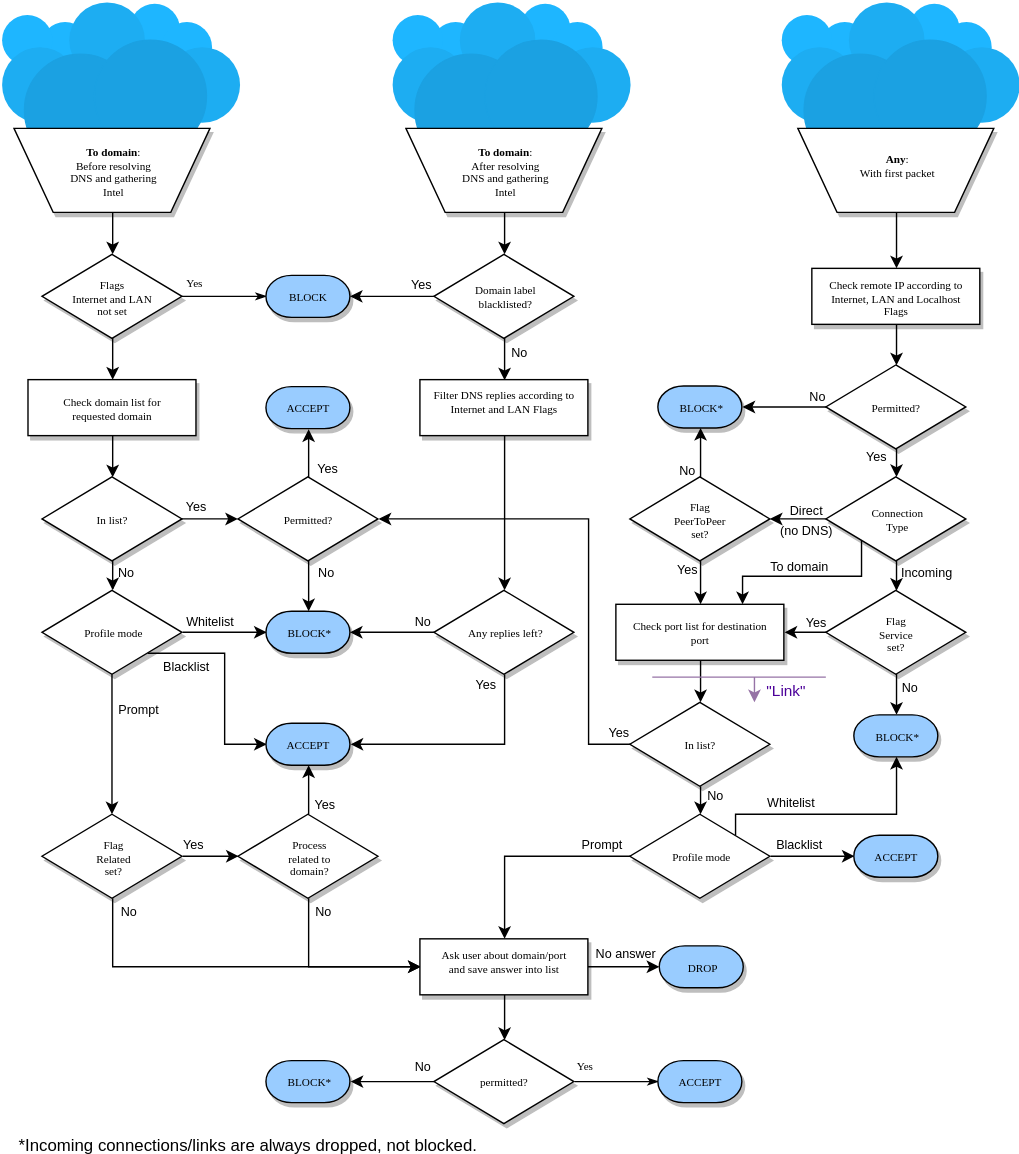
Above: assets/diagrams/portmaster_firewall_decision_flow_cropped.svg in safing/docs (draw.io), before the change. Source tidied: cells renumbered, new cells last; positions are measured from the earlier drawing's top-left corner, leaving out a move shared by most shapes.
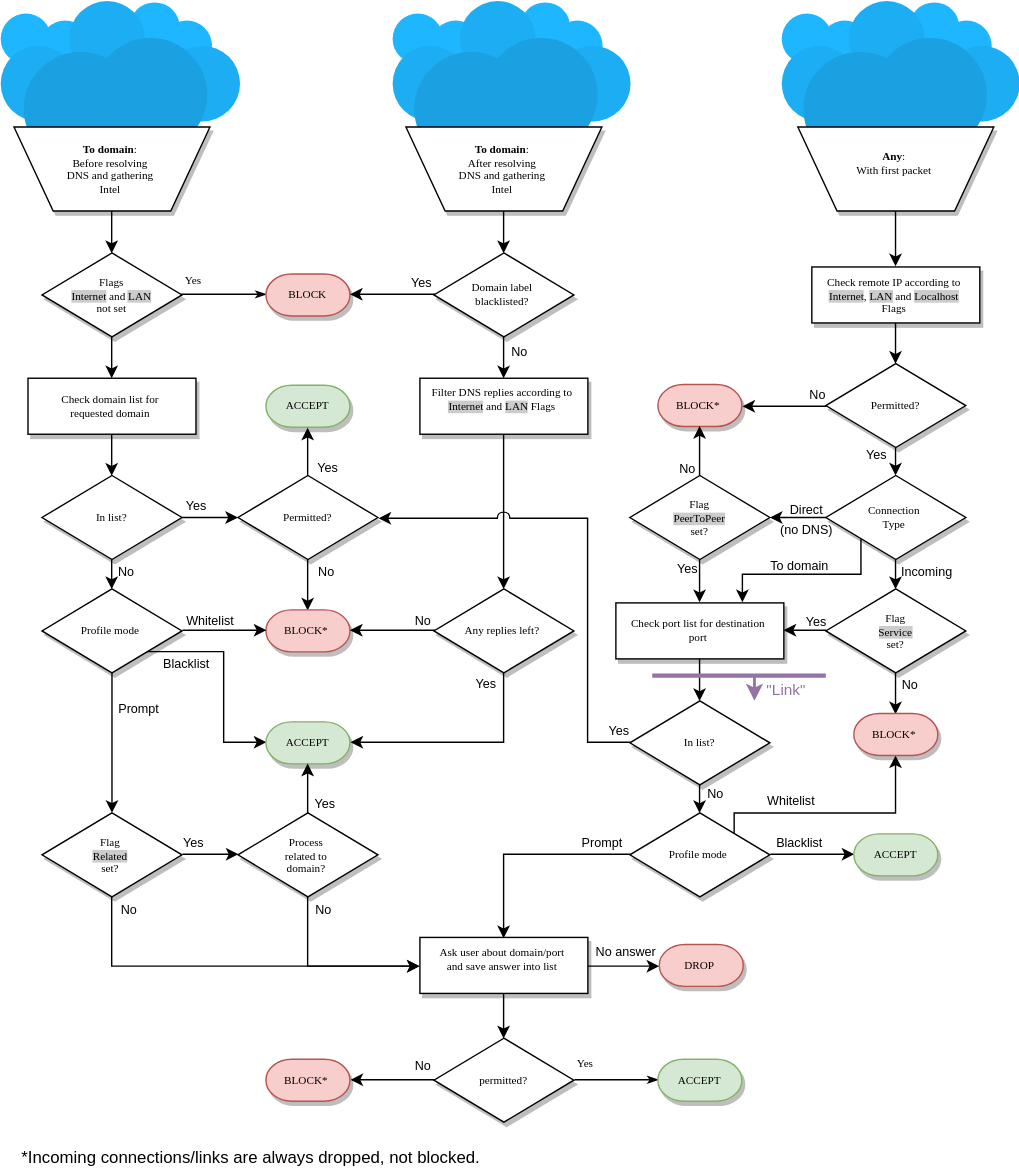
The same file after the commit.

Commit message:
Update Flowchart - more colors to improve readabillity - no text changes

The edit, as a diff of the source:
```diff
@@ -91,3 +91,3 @@
     </mxCell>
-    <mxCell id="31" value="Flags&lt;br&gt;Internet and LAN&lt;br&gt;not set&lt;br&gt;" style="rhombus;whiteSpace=wrap;html=1;rounded=0;shadow=1;labelBackgroundColor=none;strokeColor=#000000;strokeWidth=1;fillColor=#ffffff;fontFamily=Verdana;fontSize=8;fontColor=#000000;align=center;" parent="1" vertex="1">
+    <mxCell id="31" value="Flags&lt;br&gt;&lt;span style=&quot;background-color: rgb(204 , 204 , 204)&quot;&gt;Internet&lt;/span&gt; and &lt;span style=&quot;background-color: rgb(204 , 204 , 204)&quot;&gt;LAN&lt;/span&gt;&lt;br&gt;not set&lt;br&gt;" style="rhombus;whiteSpace=wrap;html=1;rounded=0;shadow=1;labelBackgroundColor=none;strokeColor=#000000;strokeWidth=1;fillColor=#ffffff;fontFamily=Verdana;fontSize=8;fontColor=#000000;align=center;" parent="1" vertex="1">
       <mxGeometry x="29.5" y="180" width="100" height="60" as="geometry" />
@@ -97,3 +97,3 @@
     </mxCell>
-    <mxCell id="33" value="BLOCK&lt;br&gt;" style="strokeWidth=1;html=1;shape=mxgraph.flowchart.terminator;whiteSpace=wrap;rounded=0;shadow=1;labelBackgroundColor=none;fillColor=#99CCFF;fontFamily=Verdana;fontSize=8;fontColor=#000000;align=center;" parent="1" vertex="1">
+    <mxCell id="33" value="BLOCK&lt;br&gt;" style="strokeWidth=1;html=1;shape=mxgraph.flowchart.terminator;whiteSpace=wrap;rounded=0;shadow=1;labelBackgroundColor=none;fillColor=#f8cecc;fontFamily=Verdana;fontSize=8;align=center;strokeColor=#b85450;" parent="1" vertex="1">
       <mxGeometry x="189.5" y="195" width="60" height="30" as="geometry" />
@@ -124,3 +124,3 @@
     </mxCell>
-    <mxCell id="42" value="BLOCK*&lt;br&gt;" style="strokeWidth=1;html=1;shape=mxgraph.flowchart.terminator;whiteSpace=wrap;rounded=0;shadow=1;labelBackgroundColor=none;fillColor=#99CCFF;fontFamily=Verdana;fontSize=8;fontColor=#000000;align=center;" parent="1" vertex="1">
+    <mxCell id="42" value="BLOCK*&lt;br&gt;" style="strokeWidth=1;html=1;shape=mxgraph.flowchart.terminator;whiteSpace=wrap;rounded=0;shadow=1;labelBackgroundColor=none;fillColor=#f8cecc;fontFamily=Verdana;fontSize=8;align=center;strokeColor=#b85450;" parent="1" vertex="1">
       <mxGeometry x="189.5" y="435" width="60" height="30" as="geometry" />
@@ -154,3 +154,3 @@
     </mxCell>
-    <mxCell id="52" value="Flag&lt;br&gt;Related&lt;br&gt;set?&lt;br&gt;" style="rhombus;whiteSpace=wrap;html=1;rounded=0;shadow=1;labelBackgroundColor=none;strokeColor=#000000;strokeWidth=1;fillColor=#ffffff;fontFamily=Verdana;fontSize=8;fontColor=#000000;align=center;" parent="1" vertex="1">
+    <mxCell id="52" value="Flag&lt;br&gt;&lt;span style=&quot;background-color: rgb(204 , 204 , 204)&quot;&gt;Related&lt;/span&gt;&lt;br&gt;set?&lt;br&gt;" style="rhombus;whiteSpace=wrap;html=1;rounded=0;shadow=1;labelBackgroundColor=none;strokeColor=#000000;strokeWidth=1;fillColor=#ffffff;fontFamily=Verdana;fontSize=8;fontColor=#000000;align=center;" parent="1" vertex="1">
       <mxGeometry x="29.5" y="580" width="100" height="60" as="geometry" />
@@ -163,3 +163,3 @@
     </mxCell>
-    <mxCell id="55" value="ACCEPT" style="strokeWidth=1;html=1;shape=mxgraph.flowchart.terminator;whiteSpace=wrap;rounded=0;shadow=1;labelBackgroundColor=none;fillColor=#99CCFF;fontFamily=Verdana;fontSize=8;fontColor=#000000;align=center;" parent="1" vertex="1">
+    <mxCell id="55" value="ACCEPT" style="strokeWidth=1;html=1;shape=mxgraph.flowchart.terminator;whiteSpace=wrap;rounded=0;shadow=1;labelBackgroundColor=none;fillColor=#d5e8d4;fontFamily=Verdana;fontSize=8;align=center;strokeColor=#82b366;" parent="1" vertex="1">
       <mxGeometry x="189.5" y="274.5" width="60" height="30" as="geometry" />
@@ -169,3 +169,3 @@
     </mxCell>
-    <mxCell id="57" value="ACCEPT&lt;br&gt;" style="strokeWidth=1;html=1;shape=mxgraph.flowchart.terminator;whiteSpace=wrap;rounded=0;shadow=1;labelBackgroundColor=none;fillColor=#99CCFF;fontFamily=Verdana;fontSize=8;fontColor=#000000;align=center;" parent="1" vertex="1">
+    <mxCell id="57" value="ACCEPT&lt;br&gt;" style="strokeWidth=1;html=1;shape=mxgraph.flowchart.terminator;whiteSpace=wrap;rounded=0;shadow=1;labelBackgroundColor=none;fillColor=#d5e8d4;fontFamily=Verdana;fontSize=8;align=center;strokeColor=#82b366;" parent="1" vertex="1">
       <mxGeometry x="189.5" y="515" width="60" height="30" as="geometry" />
@@ -199,6 +199,6 @@
     </mxCell>
-    <mxCell id="67" value="ACCEPT&lt;br&gt;" style="strokeWidth=1;html=1;shape=mxgraph.flowchart.terminator;whiteSpace=wrap;rounded=0;shadow=1;labelBackgroundColor=none;fillColor=#99CCFF;fontFamily=Verdana;fontSize=8;fontColor=#000000;align=center;" parent="1" vertex="1">
+    <mxCell id="67" value="ACCEPT&lt;br&gt;" style="strokeWidth=1;html=1;shape=mxgraph.flowchart.terminator;whiteSpace=wrap;rounded=0;shadow=1;labelBackgroundColor=none;fillColor=#d5e8d4;fontFamily=Verdana;fontSize=8;align=center;strokeColor=#82b366;" parent="1" vertex="1">
       <mxGeometry x="469.5" y="756" width="60" height="30" as="geometry" />
     </mxCell>
-    <mxCell id="68" value="BLOCK*&lt;br&gt;" style="strokeWidth=1;html=1;shape=mxgraph.flowchart.terminator;whiteSpace=wrap;rounded=0;shadow=1;labelBackgroundColor=none;fillColor=#99CCFF;fontFamily=Verdana;fontSize=8;fontColor=#000000;align=center;" parent="1" vertex="1">
+    <mxCell id="68" value="BLOCK*&lt;br&gt;" style="strokeWidth=1;html=1;shape=mxgraph.flowchart.terminator;whiteSpace=wrap;rounded=0;shadow=1;labelBackgroundColor=none;fillColor=#f8cecc;fontFamily=Verdana;fontSize=8;align=center;strokeColor=#b85450;" parent="1" vertex="1">
       <mxGeometry x="189.5" y="756" width="60" height="30" as="geometry" />
@@ -208,3 +208,3 @@
     </mxCell>
-    <mxCell id="70" value="DROP&lt;br&gt;" style="strokeWidth=1;html=1;shape=mxgraph.flowchart.terminator;whiteSpace=wrap;rounded=0;shadow=1;labelBackgroundColor=none;fillColor=#99CCFF;fontFamily=Verdana;fontSize=8;fontColor=#000000;align=center;" parent="1" vertex="1">
+    <mxCell id="70" value="DROP&lt;br&gt;" style="strokeWidth=1;html=1;shape=mxgraph.flowchart.terminator;whiteSpace=wrap;rounded=0;shadow=1;labelBackgroundColor=none;fillColor=#f8cecc;fontFamily=Verdana;fontSize=8;align=center;strokeColor=#b85450;" parent="1" vertex="1">
       <mxGeometry x="470.5" y="674" width="60" height="30" as="geometry" />
@@ -235,3 +235,3 @@
     </mxCell>
-    <mxCell id="79" value="BLOCK*&lt;br&gt;" style="strokeWidth=1;html=1;shape=mxgraph.flowchart.terminator;whiteSpace=wrap;rounded=0;shadow=1;labelBackgroundColor=none;fillColor=#99CCFF;fontFamily=Verdana;fontSize=8;fontColor=#000000;align=center;" parent="1" vertex="1">
+    <mxCell id="79" value="BLOCK*&lt;br&gt;" style="strokeWidth=1;html=1;shape=mxgraph.flowchart.terminator;whiteSpace=wrap;rounded=0;shadow=1;labelBackgroundColor=none;fillColor=#f8cecc;fontFamily=Verdana;fontSize=8;align=center;strokeColor=#b85450;" parent="1" vertex="1">
       <mxGeometry x="469.5" y="274" width="60" height="30" as="geometry" />
@@ -264,3 +264,3 @@
     </mxCell>
-    <mxCell id="87" value="Filter DNS replies according to Internet and&amp;nbsp;LAN Flags" style="whiteSpace=wrap;html=1;rounded=0;shadow=1;labelBackgroundColor=none;strokeColor=#000000;strokeWidth=1;fillColor=#ffffff;fontFamily=Verdana;fontSize=8;fontColor=#000000;align=center;spacing=6;" parent="1" vertex="1">
+    <mxCell id="87" value="Filter DNS replies according to &lt;span style=&quot;background-color: rgb(204 , 204 , 204)&quot;&gt;Internet&lt;/span&gt; and&amp;nbsp;&lt;span style=&quot;background-color: rgb(204 , 204 , 204)&quot;&gt;LAN&lt;/span&gt; Flags" style="whiteSpace=wrap;html=1;rounded=0;shadow=1;labelBackgroundColor=none;strokeColor=#000000;strokeWidth=1;fillColor=#ffffff;fontFamily=Verdana;fontSize=8;fontColor=#000000;align=center;spacing=6;" parent="1" vertex="1">
       <mxGeometry x="299.5" y="269.5" width="120" height="40" as="geometry" />
@@ -285,3 +285,3 @@
     </mxCell>
-    <mxCell id="94" value="Check remote IP according to Internet, LAN and Localhost Flags" style="whiteSpace=wrap;html=1;rounded=0;shadow=1;labelBackgroundColor=none;strokeColor=#000000;strokeWidth=1;fillColor=#ffffff;fontFamily=Verdana;fontSize=8;fontColor=#000000;align=center;spacing=6;" parent="1" vertex="1">
+    <mxCell id="94" value="Check remote IP according to &lt;span style=&quot;background-color: rgb(204 , 204 , 204)&quot;&gt;Internet&lt;/span&gt;, &lt;span style=&quot;background-color: rgb(204 , 204 , 204)&quot;&gt;LAN&lt;/span&gt; and &lt;span style=&quot;background-color: rgb(204 , 204 , 204)&quot;&gt;Localhost&lt;/span&gt; Flags" style="whiteSpace=wrap;html=1;rounded=0;shadow=1;labelBackgroundColor=none;strokeColor=#000000;strokeWidth=1;fillColor=#ffffff;fontFamily=Verdana;fontSize=8;fontColor=#000000;align=center;spacing=6;" parent="1" vertex="1">
       <mxGeometry x="579.5" y="190" width="120" height="40" as="geometry" />
@@ -329,3 +329,3 @@
     </mxCell>
-    <mxCell id="107" value="Flag&lt;br&gt;PeerToPeer&lt;br&gt;set?&lt;br&gt;" style="rhombus;whiteSpace=wrap;html=1;rounded=0;shadow=1;labelBackgroundColor=none;strokeColor=#000000;strokeWidth=1;fillColor=#ffffff;fontFamily=Verdana;fontSize=8;fontColor=#000000;align=center;" parent="1" vertex="1">
+    <mxCell id="107" value="Flag&lt;br&gt;&lt;span style=&quot;background-color: rgb(204 , 204 , 204)&quot;&gt;PeerToPeer&lt;/span&gt;&lt;br&gt;set?&lt;br&gt;" style="rhombus;whiteSpace=wrap;html=1;rounded=0;shadow=1;labelBackgroundColor=none;strokeColor=#000000;strokeWidth=1;fillColor=#ffffff;fontFamily=Verdana;fontSize=8;fontColor=#000000;align=center;" parent="1" vertex="1">
       <mxGeometry x="449.5" y="339" width="100" height="60" as="geometry" />
@@ -338,6 +338,6 @@
     </mxCell>
-    <mxCell id="110" value="Flag&lt;br&gt;Service&lt;br&gt;set?&lt;br&gt;" style="rhombus;whiteSpace=wrap;html=1;rounded=0;shadow=1;labelBackgroundColor=none;strokeColor=#000000;strokeWidth=1;fillColor=#ffffff;fontFamily=Verdana;fontSize=8;fontColor=#000000;align=center;" parent="1" vertex="1">
+    <mxCell id="110" value="Flag&lt;br&gt;&lt;span style=&quot;background-color: rgb(204 , 204 , 204)&quot;&gt;Service&lt;/span&gt;&lt;br&gt;set?&lt;br&gt;" style="rhombus;whiteSpace=wrap;html=1;rounded=0;shadow=1;labelBackgroundColor=none;strokeColor=#000000;strokeWidth=1;fillColor=#ffffff;fontFamily=Verdana;fontSize=8;fontColor=#000000;align=center;" parent="1" vertex="1">
       <mxGeometry x="589.5" y="420" width="100" height="60" as="geometry" />
     </mxCell>
-    <mxCell id="111" value="BLOCK*&lt;br&gt;" style="strokeWidth=1;html=1;shape=mxgraph.flowchart.terminator;whiteSpace=wrap;rounded=0;shadow=1;labelBackgroundColor=none;fillColor=#99CCFF;fontFamily=Verdana;fontSize=8;fontColor=#000000;align=center;" parent="1" vertex="1">
+    <mxCell id="111" value="BLOCK*&lt;br&gt;" style="strokeWidth=1;html=1;shape=mxgraph.flowchart.terminator;whiteSpace=wrap;rounded=0;shadow=1;labelBackgroundColor=none;fillColor=#f8cecc;fontFamily=Verdana;fontSize=8;align=center;strokeColor=#b85450;" parent="1" vertex="1">
       <mxGeometry x="609.5" y="509" width="60" height="30" as="geometry" />
@@ -347,3 +347,3 @@
     </mxCell>
-    <mxCell id="113" style="edgeStyle=orthogonalEdgeStyle;rounded=0;html=1;exitX=0;exitY=0.5;entryX=1;entryY=0.5;jettySize=auto;" parent="1" edge="1" source="114" target="41">
+    <mxCell id="113" style="edgeStyle=orthogonalEdgeStyle;rounded=0;html=1;exitX=0;exitY=0.5;entryX=1;entryY=0.5;jettySize=auto;jumpStyle=arc;jumpSize=9;" parent="1" edge="1" source="114" target="41">
       <mxGeometry relative="1" as="geometry">
@@ -380,3 +380,3 @@
     <mxCell id="122" value="*Incoming connections/links are always dropped, not blocked." style="text;html=1;strokeColor=none;fillColor=none;align=center;verticalAlign=middle;whiteSpace=wrap;rounded=0;" parent="1" vertex="1">
-      <mxGeometry x="7.5" y="810" width="338" height="12" as="geometry" />
+      <mxGeometry x="9.5" y="820" width="338" height="12" as="geometry" />
     </mxCell>
@@ -400,3 +400,3 @@
     </mxCell>
-    <mxCell id="129" value="ACCEPT&lt;br&gt;" style="strokeWidth=1;html=1;shape=mxgraph.flowchart.terminator;whiteSpace=wrap;rounded=0;shadow=1;labelBackgroundColor=none;fillColor=#99CCFF;fontFamily=Verdana;fontSize=8;fontColor=#000000;align=center;" parent="1" vertex="1">
+    <mxCell id="129" value="ACCEPT&lt;br&gt;" style="strokeWidth=1;html=1;shape=mxgraph.flowchart.terminator;whiteSpace=wrap;rounded=0;shadow=1;labelBackgroundColor=none;fillColor=#d5e8d4;fontFamily=Verdana;fontSize=8;align=center;strokeColor=#82b366;" parent="1" vertex="1">
       <mxGeometry x="609.5" y="595" width="60" height="30" as="geometry" />
@@ -412,3 +412,3 @@
     </mxCell>
-    <mxCell id="133" style="endArrow=none;html=1;fillColor=#e1d5e7;strokeColor=#9673a6;" parent="1" edge="1">
+    <mxCell id="133" style="endArrow=none;html=1;fillColor=#e1d5e7;strokeColor=#9673A6;strokeWidth=3;" parent="1" edge="1">
       <mxGeometry relative="1" as="geometry">
@@ -418,3 +418,3 @@
     </mxCell>
-    <mxCell id="134" style="endArrow=classic;html=1;fillColor=#e1d5e7;strokeColor=#9673a6;" parent="1" edge="1">
+    <mxCell id="134" style="endArrow=classic;html=1;fillColor=#e1d5e7;strokeColor=#9673a6;strokeWidth=2;" parent="1" edge="1">
       <mxGeometry relative="1" as="geometry">
@@ -424,3 +424,3 @@
     </mxCell>
-    <mxCell id="135" value="&lt;font style=&quot;font-size: 11px&quot; color=&quot;#4c0099&quot;&gt;&quot;Link&quot;&lt;/font&gt;" style="text;html=1;strokeColor=none;fillColor=none;align=center;verticalAlign=middle;whiteSpace=wrap;rounded=0;" parent="1" vertex="1">
+    <mxCell id="135" value="&lt;font style=&quot;font-size: 11px&quot; color=&quot;#9673a6&quot;&gt;&quot;Link&quot;&lt;/font&gt;" style="text;html=1;strokeColor=none;fillColor=none;align=center;verticalAlign=middle;whiteSpace=wrap;rounded=0;" parent="1" vertex="1">
       <mxGeometry x="540.5" y="480.5" width="40" height="20" as="geometry" />
```
